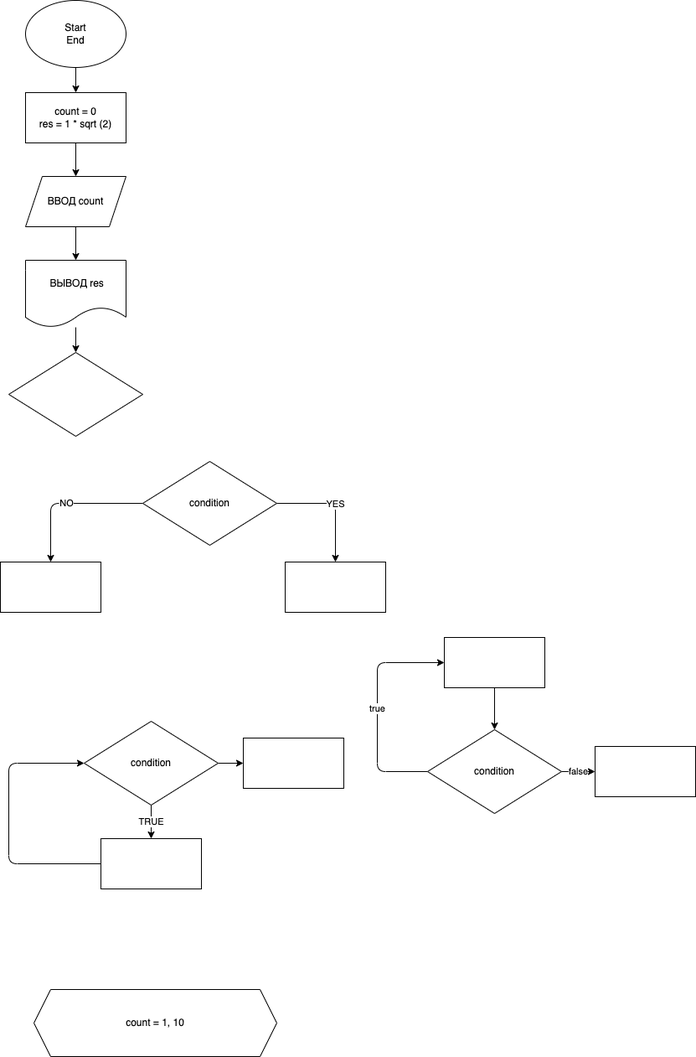
This is ex000.drawio.png from szely/PR, a draw.io export, as it was before one commit. Source tidied: cells renumbered, new cells last; positions are measured from the earlier drawing's top-left corner, leaving out a move shared by most shapes.
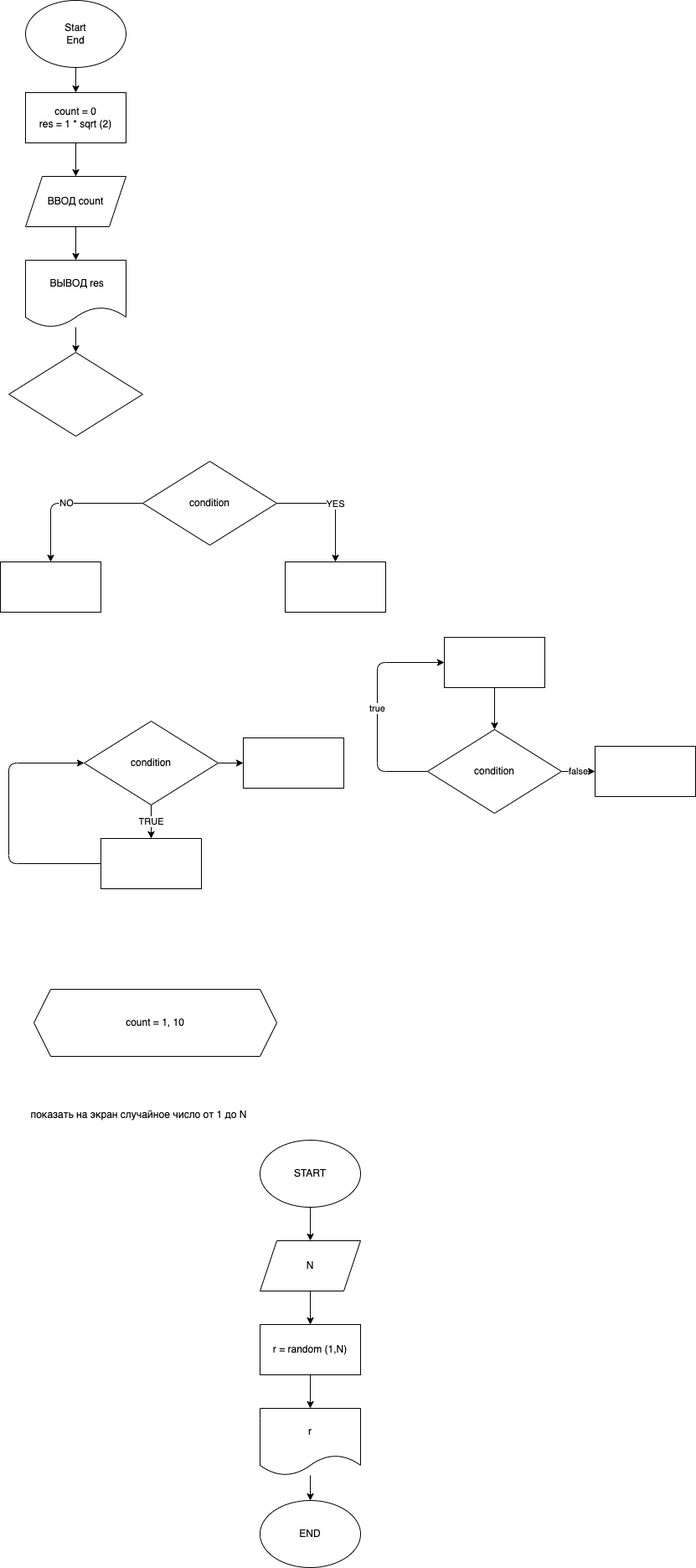
Later version of the same file.

Commit message:
первая задача

Diff of the diagram source:
```diff
@@ -93,5 +93,37 @@
     <mxCell id="28" value="count = 1, 10" style="shape=hexagon;perimeter=hexagonPerimeter2;whiteSpace=wrap;html=1;fixedSize=1;" parent="1" vertex="1">
       <mxGeometry x="40" y="1180" width="290" height="80" as="geometry" />
     </mxCell>
+    <mxCell id="29" value="показать на экран случайное число от 1 до N&lt;br&gt;" style="text;html=1;align=center;verticalAlign=middle;strokeColor=none;fillColor=none;" parent="1" vertex="1">
+      <mxGeometry x="30" y="1320" width="270" height="20" as="geometry" />
+    </mxCell>
+    <mxCell id="30" style="edgeStyle=orthogonalEdgeStyle;html=1;" parent="1" edge="1" source="31" target="33">
+      <mxGeometry relative="1" as="geometry" />
+    </mxCell>
+    <mxCell id="31" value="START" style="ellipse;whiteSpace=wrap;html=1;" parent="1" vertex="1">
+      <mxGeometry x="310" y="1360" width="120" height="80" as="geometry" />
+    </mxCell>
+    <mxCell id="32" style="edgeStyle=orthogonalEdgeStyle;html=1;" parent="1" edge="1" source="33">
+      <mxGeometry relative="1" as="geometry">
+        <mxPoint x="370" y="1580" as="targetPoint" />
+      </mxGeometry>
+    </mxCell>
+    <mxCell id="33" value="N" style="shape=parallelogram;perimeter=parallelogramPerimeter;whiteSpace=wrap;html=1;fixedSize=1;" parent="1" vertex="1">
+      <mxGeometry x="310" y="1480" width="120" height="60" as="geometry" />
+    </mxCell>
+    <mxCell id="34" style="edgeStyle=orthogonalEdgeStyle;html=1;" parent="1" edge="1" source="35" target="38">
+      <mxGeometry relative="1" as="geometry" />
+    </mxCell>
+    <mxCell id="35" value="r" style="shape=document;whiteSpace=wrap;html=1;boundedLbl=1;" parent="1" vertex="1">
+      <mxGeometry x="310" y="1680" width="120" height="80" as="geometry" />
+    </mxCell>
+    <mxCell id="36" style="edgeStyle=orthogonalEdgeStyle;html=1;" parent="1" edge="1" source="37" target="35">
+      <mxGeometry relative="1" as="geometry" />
+    </mxCell>
+    <mxCell id="37" value="r = random (1,N)" style="rounded=0;whiteSpace=wrap;html=1;" parent="1" vertex="1">
+      <mxGeometry x="310" y="1580" width="120" height="60" as="geometry" />
+    </mxCell>
+    <mxCell id="38" value="END" style="ellipse;whiteSpace=wrap;html=1;" parent="1" vertex="1">
+      <mxGeometry x="310" y="1790" width="120" height="80" as="geometry" />
+    </mxCell>
   </root>
 </mxGraphModel>
```
